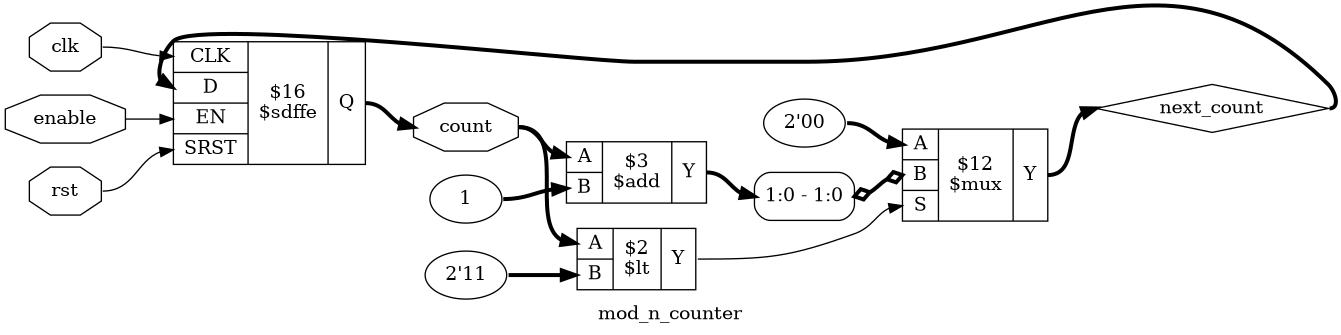
physical-memory-paige/fpga-digital-watch keeps this Graphviz diagram as proc.png. Above is the earlier version. Its source is kept beside it as proc.dot.
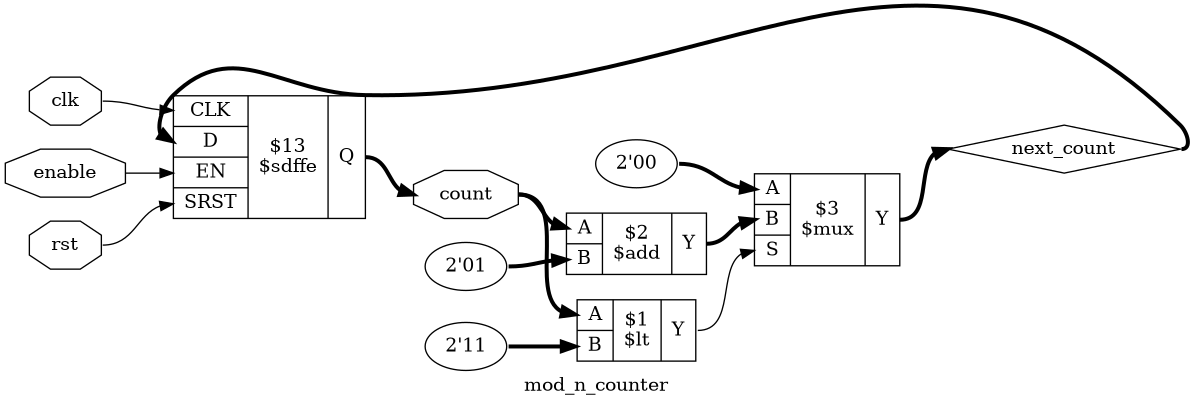
Above is the later version.

The edit, as a diff of the source:
```diff
@@ -7,16 +7,14 @@
 n5 [ shape=octagon, label="enable", color="black", fontcolor="black" ];
 n6 [ shape=diamond, label="next_count", color="black", fontcolor="black" ];
 n7 [ shape=octagon, label="rst", color="black", fontcolor="black" ];
-v0 [ label="1" ];
-c11 [ shape=record, label="{{<p8> A|<p9> B}|$3\n$add|{<p10> Y}}",  ];
-c17 [ shape=record, label="{{<p12> CLK|<p13> D|<p14> EN|<p15> SRST}|$16\n$sdffe|{<p16> Q}}",  ];
+v0 [ label="2'01" ];
+c11 [ shape=record, label="{{<p8> A|<p9> B}|$2\n$add|{<p10> Y}}",  ];
+c17 [ shape=record, label="{{<p12> CLK|<p13> D|<p14> EN|<p15> SRST}|$13\n$sdffe|{<p16> Q}}",  ];
 v1 [ label="2'11" ];
-c18 [ shape=record, label="{{<p8> A|<p9> B}|$2\n$lt|{<p10> Y}}",  ];
+c18 [ shape=record, label="{{<p8> A|<p9> B}|$1\n$lt|{<p10> Y}}",  ];
 v2 [ label="2'00" ];
-c20 [ shape=record, label="{{<p8> A|<p9> B|<p19> S}|$12\n$mux|{<p10> Y}}",  ];
-x3 [ shape=record, style=rounded, label="<s0> 1:0 - 1:0 ", color="black", fontcolor="black" ];
-x3:e -> c20:p9:w [arrowhead=odiamond, arrowtail=odiamond, dir=both, color="black", fontcolor="black", style="setlinewidth(3)", label=""];
-c11:p10:e -> x3:s0:w [color="black", fontcolor="black", style="setlinewidth(3)", label=""];
+c20 [ shape=record, label="{{<p8> A|<p9> B|<p19> S}|$3\n$mux|{<p10> Y}}",  ];
+c11:p10:e -> c20:p9:w [color="black", fontcolor="black", style="setlinewidth(3)", label=""];
 c18:p10:e -> c20:p19:w [color="black", fontcolor="black", label=""];
 n3:e -> c17:p12:w [color="black", fontcolor="black", label=""];
 c17:p16:e -> n4:w [color="black", fontcolor="black", style="setlinewidth(3)", label=""];
```
